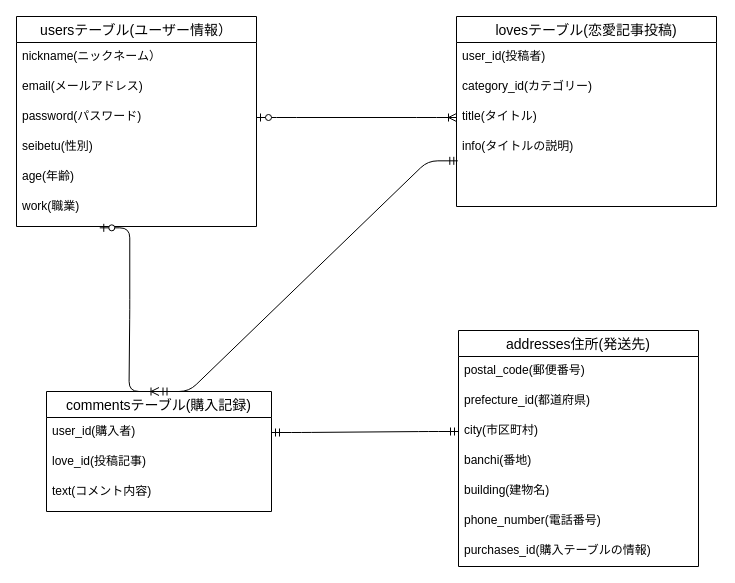
Earlier version of the draw.io diagram love_dating.dio (nishikawa-naonori/love-dating-33453). Source tidied: cells renumbered, new cells numbered last; positions are measured from the earlier drawing's top-left corner, leaving out a move shared by most shapes. Both pictures are drawn from the tidied source at 100%, with x=0, y=0 at pixel (16, 16).
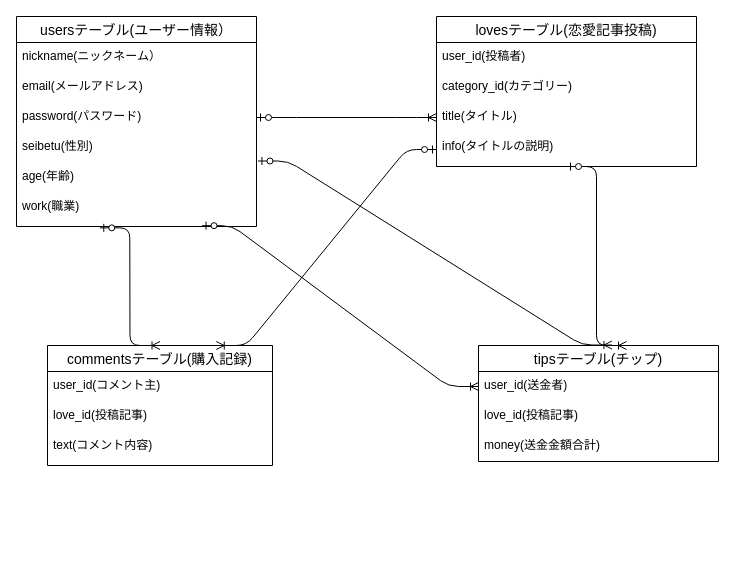
The same diagram, later.

Commit message:
ER図の作成・２

The change refers to these unchanged cells:
```xml
<mxCell id="7" value="age(年齢)" style="text;strokeColor=none;fillColor=none;spacingLeft=4;spacingRight=4;overflow=hidden;points=[[0,0.5],[1,0.5]];portConstraint=eastwest;fontSize=12;" parent="2" vertex="1">
  <mxGeometry y="146" width="240" height="30" as="geometry" />
</mxCell>
<mxCell id="8" value="work(職業)" style="text;strokeColor=none;fillColor=none;spacingLeft=4;spacingRight=4;overflow=hidden;points=[[0,0.5],[1,0.5]];portConstraint=eastwest;fontSize=12;" parent="2" vertex="1">
  <mxGeometry y="176" width="240" height="34" as="geometry" />
</mxCell>
```

Change to the diagram source:
```diff
@@
     <mxCell id="9" value="commentsテーブル(購入記録)" style="swimlane;fontStyle=0;horizontal=1;startSize=26;align=center;fontSize=14;" parent="1" vertex="1">
-      <mxGeometry x="30" y="375" width="225" height="120" as="geometry" />
+      <mxGeometry x="31" y="329" width="225" height="120" as="geometry" />
     </mxCell>
-    <mxCell id="10" value="user_id(購入者)" style="text;strokeColor=none;fillColor=none;spacingLeft=4;spacingRight=4;overflow=hidden;points=[[0,0.5],[1,0.5]];portConstraint=eastwest;fontSize=12;" parent="9" vertex="1">
+    <mxCell id="10" value="user_id(コメント主)" style="text;strokeColor=none;fillColor=none;spacingLeft=4;spacingRight=4;overflow=hidden;points=[[0,0.5],[1,0.5]];portConstraint=eastwest;fontSize=12;" parent="9" vertex="1">
       <mxGeometry y="26" width="225" height="30" as="geometry" />
     </mxCell>
@@
     <mxCell id="13" value="lovesテーブル(恋愛記事投稿)" style="swimlane;fontStyle=0;horizontal=1;startSize=26;align=center;fontSize=14;" parent="1" vertex="1">
-      <mxGeometry x="440" width="260" height="190" as="geometry" />
+      <mxGeometry x="420" width="260" height="150" as="geometry" />
     </mxCell>
@@
     <mxCell id="17" value="info(タイトルの説明)" style="text;strokeColor=none;fillColor=none;spacingLeft=4;spacingRight=4;overflow=hidden;points=[[0,0.5],[1,0.5]];portConstraint=eastwest;fontSize=12;" parent="13" vertex="1">
-      <mxGeometry y="116" width="260" height="74" as="geometry" />
+      <mxGeometry y="116" width="260" height="34" as="geometry" />
     </mxCell>
@@
-    <mxCell id="19" style="edgeStyle=entityRelationEdgeStyle;fontSize=12;html=1;endArrow=ERmandOne;startArrow=ERmandOne;exitX=1;exitY=0.5;exitDx=0;exitDy=0;entryX=0;entryY=0.5;entryDx=0;entryDy=0;" parent="1" edge="1" source="10" target="24">
-      <mxGeometry relative="1" as="geometry" />
-    </mxCell>
@@
-    <mxCell id="21" value="addresses住所(発送先)" style="swimlane;fontStyle=0;horizontal=1;startSize=26;align=center;fontSize=14;" parent="1" vertex="1">
-      <mxGeometry x="442" y="314" width="240" height="236" as="geometry" />
+    <mxCell id="21" value="tipsテーブル(チップ)" style="swimlane;fontStyle=0;horizontal=1;startSize=26;align=center;fontSize=14;" parent="1" vertex="1">
+      <mxGeometry x="462" y="329" width="240" height="116" as="geometry" />
     </mxCell>
-    <mxCell id="22" value="postal_code(郵便番号)" style="text;strokeColor=none;fillColor=none;spacingLeft=4;spacingRight=4;overflow=hidden;points=[[0,0.5],[1,0.5]];portConstraint=eastwest;fontSize=12;" parent="21" vertex="1">
+    <mxCell id="22" value="user_id(送金者)" style="text;strokeColor=none;fillColor=none;spacingLeft=4;spacingRight=4;overflow=hidden;points=[[0,0.5],[1,0.5]];portConstraint=eastwest;fontSize=12;" parent="21" vertex="1">
       <mxGeometry y="26" width="240" height="30" as="geometry" />
     </mxCell>
-    <mxCell id="23" value="prefecture_id(都道府県)" style="text;strokeColor=none;fillColor=none;spacingLeft=4;spacingRight=4;overflow=hidden;fontSize=12;" parent="21" vertex="1">
+    <mxCell id="23" value="love_id(投稿記事)" style="text;strokeColor=none;fillColor=none;spacingLeft=4;spacingRight=4;overflow=hidden;fontSize=12;" parent="21" vertex="1">
       <mxGeometry y="56" width="240" height="30" as="geometry" />
     </mxCell>
-    <mxCell id="24" value="city(市区町村)" style="text;strokeColor=none;fillColor=none;spacingLeft=4;spacingRight=4;overflow=hidden;points=[[0,0.5],[1,0.5]];portConstraint=eastwest;fontSize=12;" parent="21" vertex="1">
+    <mxCell id="24" value="money(送金金額合計)" style="text;strokeColor=none;fillColor=none;spacingLeft=4;spacingRight=4;overflow=hidden;points=[[0,0.5],[1,0.5]];portConstraint=eastwest;fontSize=12;" parent="21" vertex="1">
       <mxGeometry y="86" width="240" height="30" as="geometry" />
     </mxCell>
-    <mxCell id="25" value="banchi(番地)" style="text;strokeColor=none;fillColor=none;spacingLeft=4;spacingRight=4;overflow=hidden;fontSize=12;" parent="21" vertex="1">
-      <mxGeometry y="116" width="240" height="30" as="geometry" />
-    </mxCell>
-    <mxCell id="26" value="building(建物名)" style="text;strokeColor=none;fillColor=none;spacingLeft=4;spacingRight=4;overflow=hidden;fontSize=12;" parent="21" vertex="1">
-      <mxGeometry y="146" width="240" height="30" as="geometry" />
-    </mxCell>
-    <mxCell id="27" value="phone_number(電話番号)" style="text;strokeColor=none;fillColor=none;spacingLeft=4;spacingRight=4;overflow=hidden;fontSize=12;" parent="21" vertex="1">
-      <mxGeometry y="176" width="240" height="30" as="geometry" />
-    </mxCell>
-    <mxCell id="28" value="purchases_id(購入テーブルの情報)" style="text;strokeColor=none;fillColor=none;spacingLeft=4;spacingRight=4;overflow=hidden;fontSize=12;" parent="21" vertex="1">
-      <mxGeometry y="206" width="240" height="30" as="geometry" />
-    </mxCell>
-    <mxCell id="29" style="edgeStyle=entityRelationEdgeStyle;fontSize=12;html=1;endArrow=ERmandOne;startArrow=ERmandOne;exitX=0.5;exitY=0;exitDx=0;exitDy=0;entryX=0.005;entryY=0.383;entryDx=0;entryDy=0;entryPerimeter=0;" parent="1" edge="1" source="9" target="17">
-      <mxGeometry relative="1" as="geometry" />
-    </mxCell>
+    <mxCell id="30" style="edgeStyle=entityRelationEdgeStyle;fontSize=12;html=1;endArrow=ERoneToMany;startArrow=ERzeroToOne;entryX=0.75;entryY=0;entryDx=0;entryDy=0;" parent="1" edge="1" source="17" target="9">
+      <mxGeometry relative="1" as="geometry" />
+    </mxCell>
+    <mxCell id="31" style="edgeStyle=entityRelationEdgeStyle;fontSize=12;html=1;endArrow=ERoneToMany;startArrow=ERzeroToOne;exitX=1.006;exitY=-0.05;exitDx=0;exitDy=0;exitPerimeter=0;entryX=0.556;entryY=-0.004;entryDx=0;entryDy=0;entryPerimeter=0;" parent="1" edge="1" source="7" target="21">
+      <mxGeometry relative="1" as="geometry" />
+    </mxCell>
+    <mxCell id="32" style="edgeStyle=entityRelationEdgeStyle;fontSize=12;html=1;endArrow=ERoneToMany;startArrow=ERzeroToOne;exitX=0.5;exitY=1;exitDx=0;exitDy=0;" parent="1" edge="1" source="13">
+      <mxGeometry relative="1" as="geometry">
+        <mxPoint x="610" y="329" as="targetPoint" />
+      </mxGeometry>
+    </mxCell>
+    <mxCell id="33" style="edgeStyle=entityRelationEdgeStyle;fontSize=12;html=1;endArrow=ERoneToMany;startArrow=ERzeroToOne;entryX=0;entryY=0.5;entryDx=0;entryDy=0;exitX=0.773;exitY=0.976;exitDx=0;exitDy=0;exitPerimeter=0;" parent="1" edge="1" source="8" target="22">
+      <mxGeometry relative="1" as="geometry" />
+    </mxCell>
```
